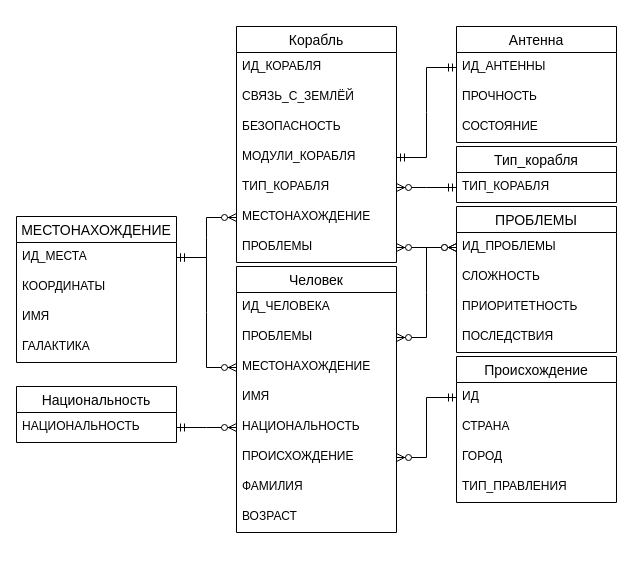
The draw.io diagram lab1/ER_diagram.drawio in worthant/Databases-course, before the edit. Source tidied: cells renumbered, new cells numbered last; positions are measured from the earlier drawing's top-left corner, leaving out a move shared by most shapes. Both pictures are drawn from the tidied source at 100%, with x=0, y=0 at pixel (16, 26).
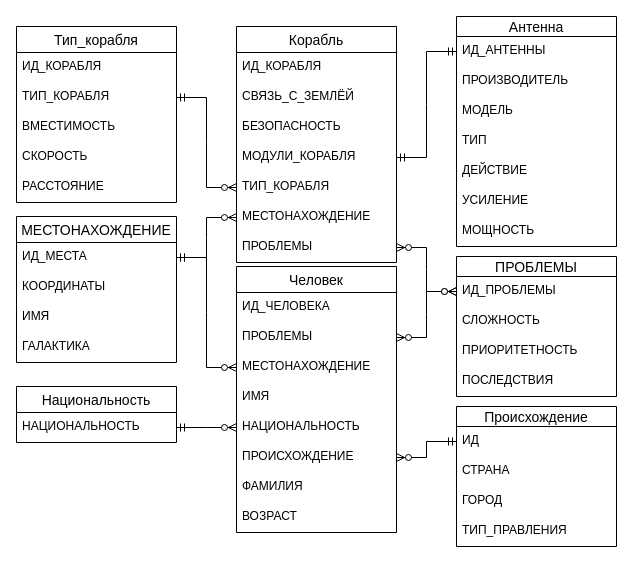
After the change.

Commit message (it also covers changes not shown here):
modified ER diagram to make some entities characteristic

The change refers to these unchanged cells:
```xml
<mxCell id="16" value="ТИП_КОРАБЛЯ" style="text;strokeColor=none;fillColor=none;spacingLeft=4;spacingRight=4;overflow=hidden;points=[[0,0.5],[1,0.5]];portConstraint=eastwest;fontSize=12;" parent="11" vertex="1">
  <mxGeometry y="146" width="160" height="30" as="geometry" />
</mxCell>
```

What changed in the source:
```diff
@@
-    <mxCell id="24" value="ПРОБЛЕМЫ" style="swimlane;fontStyle=0;horizontal=1;startSize=26;align=center;fontSize=14;" parent="1" vertex="1">
-      <mxGeometry x="440" y="180" width="160" height="146" as="geometry" />
+    <mxCell id="24" value="ПРОБЛЕМЫ" style="swimlane;fontStyle=0;horizontal=1;startSize=20;align=center;fontSize=14;" parent="1" vertex="1">
+      <mxGeometry x="440" y="230" width="160" height="140" as="geometry" />
     </mxCell>
     <mxCell id="25" value="ИД_ПРОБЛЕМЫ" style="text;strokeColor=none;fillColor=none;spacingLeft=4;spacingRight=4;overflow=hidden;points=[[0,0.5],[1,0.5]];portConstraint=eastwest;fontSize=12;" parent="24" vertex="1">
-      <mxGeometry y="26" width="160" height="30" as="geometry" />
+      <mxGeometry y="20" width="160" height="30" as="geometry" />
     </mxCell>
     <mxCell id="26" value="СЛОЖНОСТЬ" style="text;strokeColor=none;fillColor=none;spacingLeft=4;spacingRight=4;overflow=hidden;fontSize=12;" parent="24" vertex="1">
-      <mxGeometry y="56" width="160" height="30" as="geometry" />
+      <mxGeometry y="50" width="160" height="30" as="geometry" />
     </mxCell>
     <mxCell id="27" value="ПРИОРИТЕТНОСТЬ" style="text;strokeColor=none;fillColor=none;spacingLeft=4;spacingRight=4;overflow=hidden;fontSize=12;" parent="24" vertex="1">
-      <mxGeometry y="86" width="160" height="30" as="geometry" />
+      <mxGeometry y="80" width="160" height="30" as="geometry" />
     </mxCell>
     <mxCell id="28" value="ПОСЛЕДСТВИЯ" style="text;strokeColor=none;fillColor=none;spacingLeft=4;spacingRight=4;overflow=hidden;fontSize=12;" parent="24" vertex="1">
-      <mxGeometry y="116" width="160" height="30" as="geometry" />
+      <mxGeometry y="110" width="160" height="30" as="geometry" />
     </mxCell>
@@
-    <mxCell id="33" value="Антенна" style="swimlane;fontStyle=0;horizontal=1;startSize=26;align=center;fontSize=14;" parent="1" vertex="1">
-      <mxGeometry x="440" width="160" height="116" as="geometry" />
+    <mxCell id="33" value="Антенна" style="swimlane;fontStyle=0;horizontal=1;startSize=20;align=center;fontSize=14;" parent="1" vertex="1">
+      <mxGeometry x="440" y="-10" width="160" height="230" as="geometry" />
     </mxCell>
     <mxCell id="34" value="ИД_АНТЕННЫ" style="text;strokeColor=none;fillColor=none;spacingLeft=4;spacingRight=4;overflow=hidden;points=[[0,0.5],[1,0.5]];portConstraint=eastwest;fontSize=12;" parent="33" vertex="1">
-      <mxGeometry y="26" width="160" height="30" as="geometry" />
+      <mxGeometry y="20" width="160" height="30" as="geometry" />
     </mxCell>
-    <mxCell id="35" value="ПРОЧНОСТЬ" style="text;strokeColor=none;fillColor=none;spacingLeft=4;spacingRight=4;overflow=hidden;fontSize=12;" parent="33" vertex="1">
-      <mxGeometry y="56" width="160" height="30" as="geometry" />
+    <mxCell id="35" value="ПРОИЗВОДИТЕЛЬ" style="text;strokeColor=none;fillColor=none;spacingLeft=4;spacingRight=4;overflow=hidden;fontSize=12;" parent="33" vertex="1">
+      <mxGeometry y="50" width="160" height="30" as="geometry" />
     </mxCell>
-    <mxCell id="36" value="СОСТОЯНИЕ" style="text;strokeColor=none;fillColor=none;spacingLeft=4;spacingRight=4;overflow=hidden;fontSize=12;" parent="33" vertex="1">
-      <mxGeometry y="86" width="160" height="30" as="geometry" />
+    <mxCell id="36" value="МОДЕЛЬ" style="text;strokeColor=none;fillColor=none;spacingLeft=4;spacingRight=4;overflow=hidden;fontSize=12;" parent="33" vertex="1">
+      <mxGeometry y="80" width="160" height="30" as="geometry" />
     </mxCell>
+    <mxCell id="50" value="ТИП" style="text;strokeColor=none;fillColor=none;spacingLeft=4;spacingRight=4;overflow=hidden;fontSize=12;" parent="33" vertex="1">
+      <mxGeometry y="110" width="160" height="30" as="geometry" />
+    </mxCell>
+    <mxCell id="51" value="ДЕЙСТВИЕ" style="text;strokeColor=none;fillColor=none;spacingLeft=4;spacingRight=4;overflow=hidden;fontSize=12;" parent="33" vertex="1">
+      <mxGeometry y="140" width="160" height="30" as="geometry" />
+    </mxCell>
+    <mxCell id="52" value="УСИЛЕНИЕ" style="text;strokeColor=none;fillColor=none;spacingLeft=4;spacingRight=4;overflow=hidden;fontSize=12;" parent="33" vertex="1">
+      <mxGeometry y="170" width="160" height="30" as="geometry" />
+    </mxCell>
+    <mxCell id="53" value="МОЩНОСТЬ" style="text;strokeColor=none;fillColor=none;spacingLeft=4;spacingRight=4;overflow=hidden;fontSize=12;" parent="33" vertex="1">
+      <mxGeometry y="200" width="160" height="30" as="geometry" />
+    </mxCell>
     <mxCell id="37" value="Тип_корабля" style="swimlane;fontStyle=0;horizontal=1;startSize=26;align=center;fontSize=14;" parent="1" vertex="1">
-      <mxGeometry x="440" y="120" width="160" height="56" as="geometry" />
+      <mxGeometry width="160" height="176" as="geometry" />
     </mxCell>
+    <mxCell id="54" value="ИД_КОРАБЛЯ" style="text;strokeColor=none;fillColor=none;spacingLeft=4;spacingRight=4;overflow=hidden;fontSize=12;" parent="37" vertex="1">
+      <mxGeometry y="26" width="160" height="30" as="geometry" />
+    </mxCell>
     <mxCell id="38" value="ТИП_КОРАБЛЯ" style="text;strokeColor=none;fillColor=none;spacingLeft=4;spacingRight=4;overflow=hidden;points=[[0,0.5],[1,0.5]];portConstraint=eastwest;fontSize=12;" parent="37" vertex="1">
-      <mxGeometry y="26" width="160" height="30" as="geometry" />
+      <mxGeometry y="56" width="160" height="30" as="geometry" />
     </mxCell>
+    <mxCell id="55" value="ВМЕСТИМОСТЬ&#10;" style="text;strokeColor=none;fillColor=none;spacingLeft=4;spacingRight=4;overflow=hidden;fontSize=12;" parent="37" vertex="1">
+      <mxGeometry y="86" width="160" height="30" as="geometry" />
+    </mxCell>
+    <mxCell id="56" value="СКОРОСТЬ" style="text;strokeColor=none;fillColor=none;spacingLeft=4;spacingRight=4;overflow=hidden;fontSize=12;" parent="37" vertex="1">
+      <mxGeometry y="116" width="160" height="30" as="geometry" />
+    </mxCell>
+    <mxCell id="57" value="РАССТОЯНИЕ" style="text;strokeColor=none;fillColor=none;spacingLeft=4;spacingRight=4;overflow=hidden;fontSize=12;" parent="37" vertex="1">
+      <mxGeometry y="146" width="160" height="30" as="geometry" />
+    </mxCell>
-    <mxCell id="39" style="edgeStyle=entityRelationEdgeStyle;fontSize=12;html=1;endArrow=ERzeroToMany;startArrow=ERmandOne;rounded=0;entryX=1;entryY=0.5;entryDx=0;entryDy=0;exitX=0;exitY=0.5;exitDx=0;exitDy=0;" parent="1" edge="1" source="38" target="16">
+    <mxCell id="39" style="edgeStyle=entityRelationEdgeStyle;fontSize=12;html=1;endArrow=ERzeroToMany;startArrow=ERmandOne;rounded=0;entryX=0;entryY=0.5;entryDx=0;entryDy=0;exitX=1;exitY=0.5;exitDx=0;exitDy=0;" parent="1" edge="1" source="38" target="16">
       <mxGeometry relative="1" as="geometry" />
     </mxCell>
-    <mxCell id="40" value="Происхождение" style="swimlane;fontStyle=0;horizontal=1;startSize=26;align=center;fontSize=14;" parent="1" vertex="1">
-      <mxGeometry x="440" y="330" width="160" height="146" as="geometry" />
+    <mxCell id="40" value="Происхождение" style="swimlane;fontStyle=0;horizontal=1;startSize=20;align=center;fontSize=14;" parent="1" vertex="1">
+      <mxGeometry x="440" y="380" width="160" height="140" as="geometry" />
     </mxCell>
     <mxCell id="41" value="ИД" style="text;strokeColor=none;fillColor=none;spacingLeft=4;spacingRight=4;overflow=hidden;points=[[0,0.5],[1,0.5]];portConstraint=eastwest;fontSize=12;" parent="40" vertex="1">
-      <mxGeometry y="26" width="160" height="30" as="geometry" />
+      <mxGeometry y="20" width="160" height="30" as="geometry" />
     </mxCell>
     <mxCell id="42" value="СТРАНА" style="text;strokeColor=none;fillColor=none;spacingLeft=4;spacingRight=4;overflow=hidden;fontSize=12;" parent="40" vertex="1">
-      <mxGeometry y="56" width="160" height="30" as="geometry" />
+      <mxGeometry y="50" width="160" height="30" as="geometry" />
     </mxCell>
     <mxCell id="43" value="ГОРОД" style="text;strokeColor=none;fillColor=none;spacingLeft=4;spacingRight=4;overflow=hidden;fontSize=12;" parent="40" vertex="1">
-      <mxGeometry y="86" width="160" height="30" as="geometry" />
+      <mxGeometry y="80" width="160" height="30" as="geometry" />
     </mxCell>
     <mxCell id="44" value="ТИП_ПРАВЛЕНИЯ" style="text;strokeColor=none;fillColor=none;spacingLeft=4;spacingRight=4;overflow=hidden;fontSize=12;" parent="40" vertex="1">
-      <mxGeometry y="116" width="160" height="30" as="geometry" />
+      <mxGeometry y="110" width="160" height="30" as="geometry" />
     </mxCell>
```
